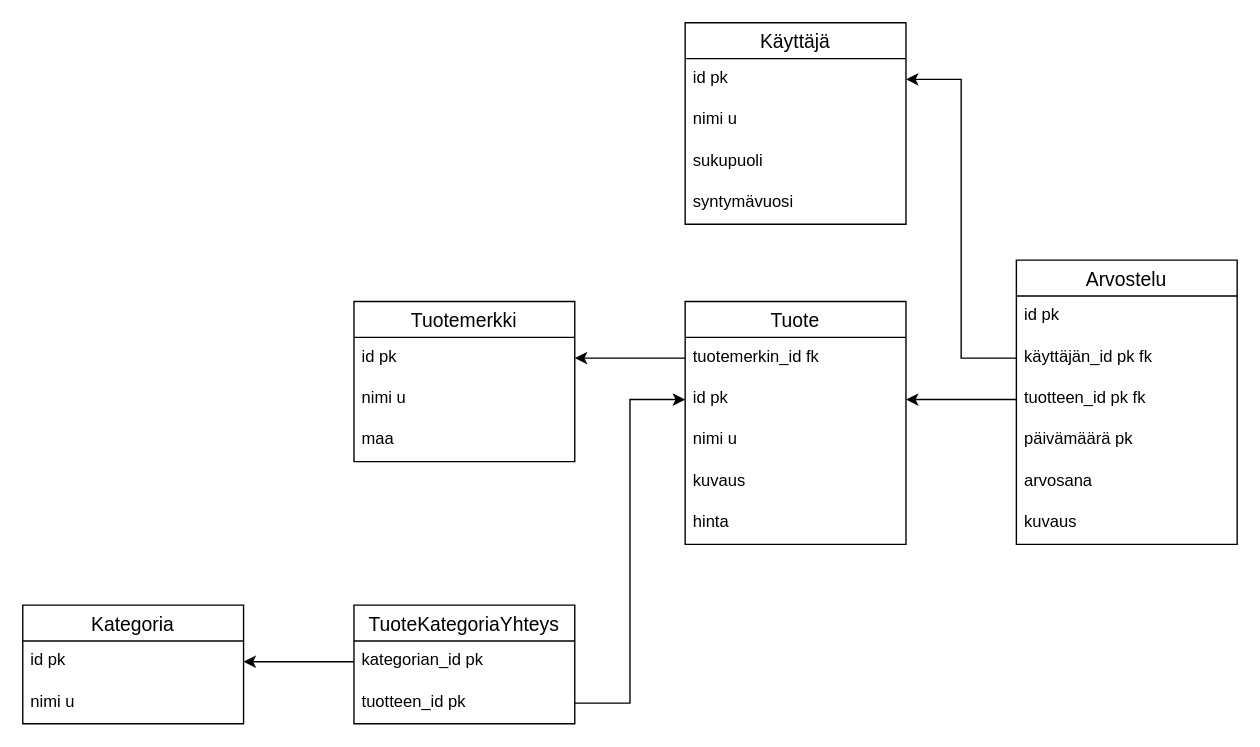
Temez1/sql-perusteet keeps this draw.io diagram as H4-ER-mallinnus/T2.drawio. Above is the earlier version. Source tidied: cells renumbered, new cells numbered last; positions are measured from the earlier drawing's top-left corner, leaving out a move shared by most shapes. Both pictures are drawn from the tidied source at 138%, with x=0, y=0 at pixel (22, 22).
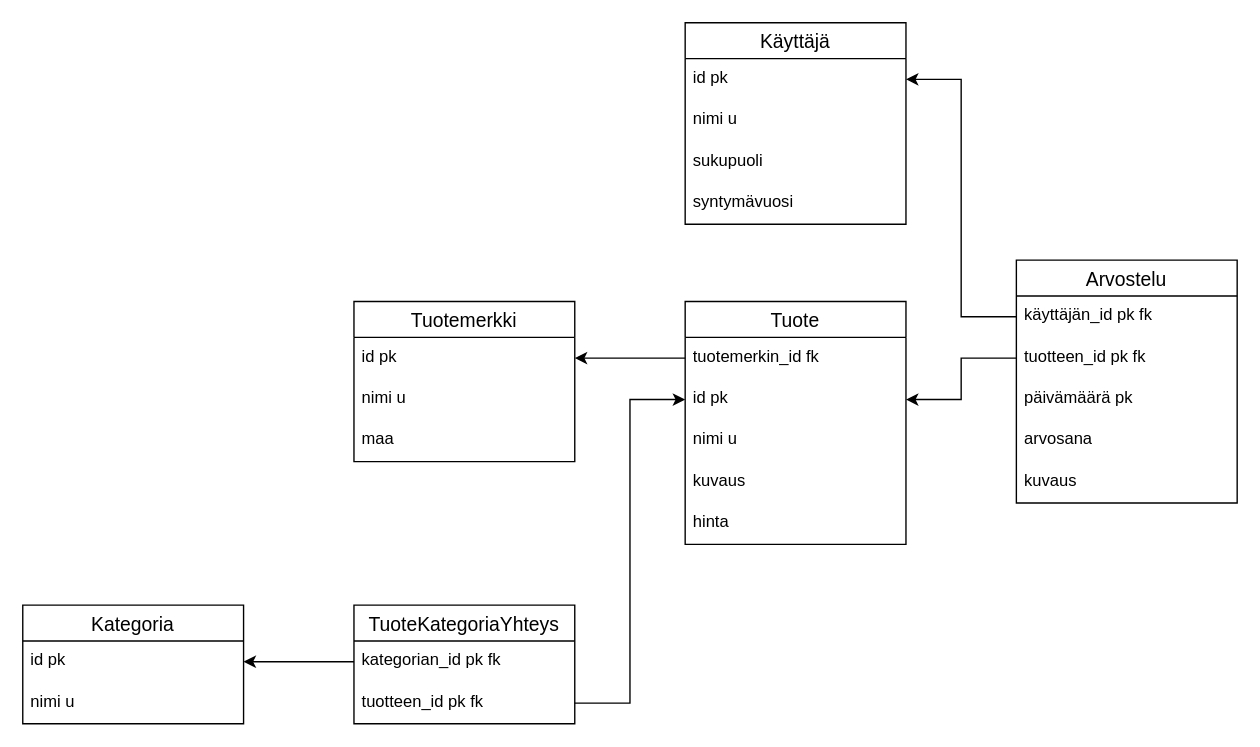
After the change.

Unchanged cells that the change refers to:
```xml
<mxCell id="28" value="TuoteKategoriaYhteys" style="swimlane;fontStyle=0;horizontal=1;startSize=26;align=center;fontSize=14;" parent="1" vertex="1">
  <mxGeometry x="240" y="422" width="160" height="86" as="geometry" />
</mxCell>
```

What changed in the source:
```diff
@@
     <mxCell id="20" value="Arvostelu" style="swimlane;fontStyle=0;horizontal=1;startSize=26;align=center;fontSize=14;" parent="1" vertex="1">
-      <mxGeometry x="720" y="172" width="160" height="206" as="geometry" />
+      <mxGeometry x="720" y="172" width="160" height="176" as="geometry" />
     </mxCell>
-    <mxCell id="21" value="id pk" style="text;strokeColor=none;fillColor=none;spacingLeft=4;spacingRight=4;overflow=hidden;fontSize=12;" parent="20" vertex="1">
-      <mxGeometry y="26" width="160" height="30" as="geometry" />
-    </mxCell>
     <mxCell id="22" value="käyttäjän_id pk fk" style="text;strokeColor=none;fillColor=none;spacingLeft=4;spacingRight=4;overflow=hidden;points=[[0,0.5],[1,0.5]];portConstraint=eastwest;fontSize=12;" parent="20" vertex="1">
-      <mxGeometry y="56" width="160" height="30" as="geometry" />
+      <mxGeometry y="26" width="160" height="30" as="geometry" />
     </mxCell>
     <mxCell id="23" value="tuotteen_id pk fk" style="text;strokeColor=none;fillColor=none;spacingLeft=4;spacingRight=4;overflow=hidden;points=[[0,0.5],[1,0.5]];portConstraint=eastwest;fontSize=12;" parent="20" vertex="1">
-      <mxGeometry y="86" width="160" height="30" as="geometry" />
+      <mxGeometry y="56" width="160" height="30" as="geometry" />
     </mxCell>
     <mxCell id="24" value="päivämäärä pk" style="text;strokeColor=none;fillColor=none;spacingLeft=4;spacingRight=4;overflow=hidden;fontSize=12;" parent="20" vertex="1">
-      <mxGeometry y="116" width="160" height="30" as="geometry" />
+      <mxGeometry y="86" width="160" height="30" as="geometry" />
     </mxCell>
     <mxCell id="25" value="arvosana" style="text;strokeColor=none;fillColor=none;spacingLeft=4;spacingRight=4;overflow=hidden;fontSize=12;" parent="20" vertex="1">
-      <mxGeometry y="146" width="160" height="30" as="geometry" />
+      <mxGeometry y="116" width="160" height="30" as="geometry" />
     </mxCell>
     <mxCell id="26" value="kuvaus" style="text;strokeColor=none;fillColor=none;spacingLeft=4;spacingRight=4;overflow=hidden;fontSize=12;" parent="20" vertex="1">
-      <mxGeometry y="176" width="160" height="30" as="geometry" />
+      <mxGeometry y="146" width="160" height="30" as="geometry" />
     </mxCell>
@@
-    <mxCell id="29" value="kategorian_id pk" style="text;strokeColor=none;fillColor=none;spacingLeft=4;spacingRight=4;overflow=hidden;points=[[0,0.5],[1,0.5]];portConstraint=eastwest;fontSize=12;" parent="28" vertex="1">
+    <mxCell id="29" value="kategorian_id pk fk" style="text;strokeColor=none;fillColor=none;spacingLeft=4;spacingRight=4;overflow=hidden;points=[[0,0.5],[1,0.5]];portConstraint=eastwest;fontSize=12;" parent="28" vertex="1">
       <mxGeometry y="26" width="160" height="30" as="geometry" />
     </mxCell>
-    <mxCell id="30" value="tuotteen_id pk" style="text;strokeColor=none;fillColor=none;spacingLeft=4;spacingRight=4;overflow=hidden;points=[[0,0.5],[1,0.5]];portConstraint=eastwest;fontSize=12;" parent="28" vertex="1">
+    <mxCell id="30" value="tuotteen_id pk fk" style="text;strokeColor=none;fillColor=none;spacingLeft=4;spacingRight=4;overflow=hidden;points=[[0,0.5],[1,0.5]];portConstraint=eastwest;fontSize=12;" parent="28" vertex="1">
       <mxGeometry y="56" width="160" height="30" as="geometry" />
     </mxCell>
```
